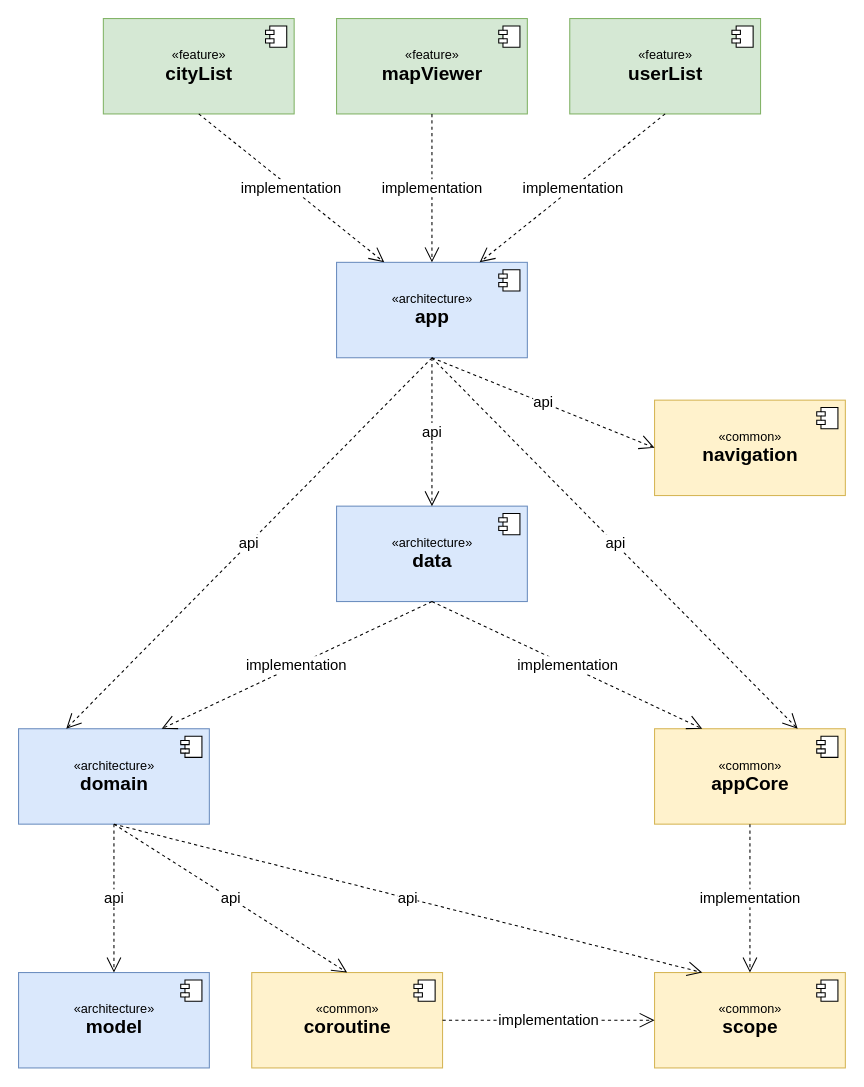
The draw.io diagram static/modules.drawio in aminography/WorldCitiesApp, before the edit. Source tidied: cells renumbered, new cells numbered last; positions are measured from the earlier drawing's top-left corner, leaving out a move shared by most shapes. Both pictures are drawn from the tidied source at 106%, with x=0, y=0 at pixel (18, 18).
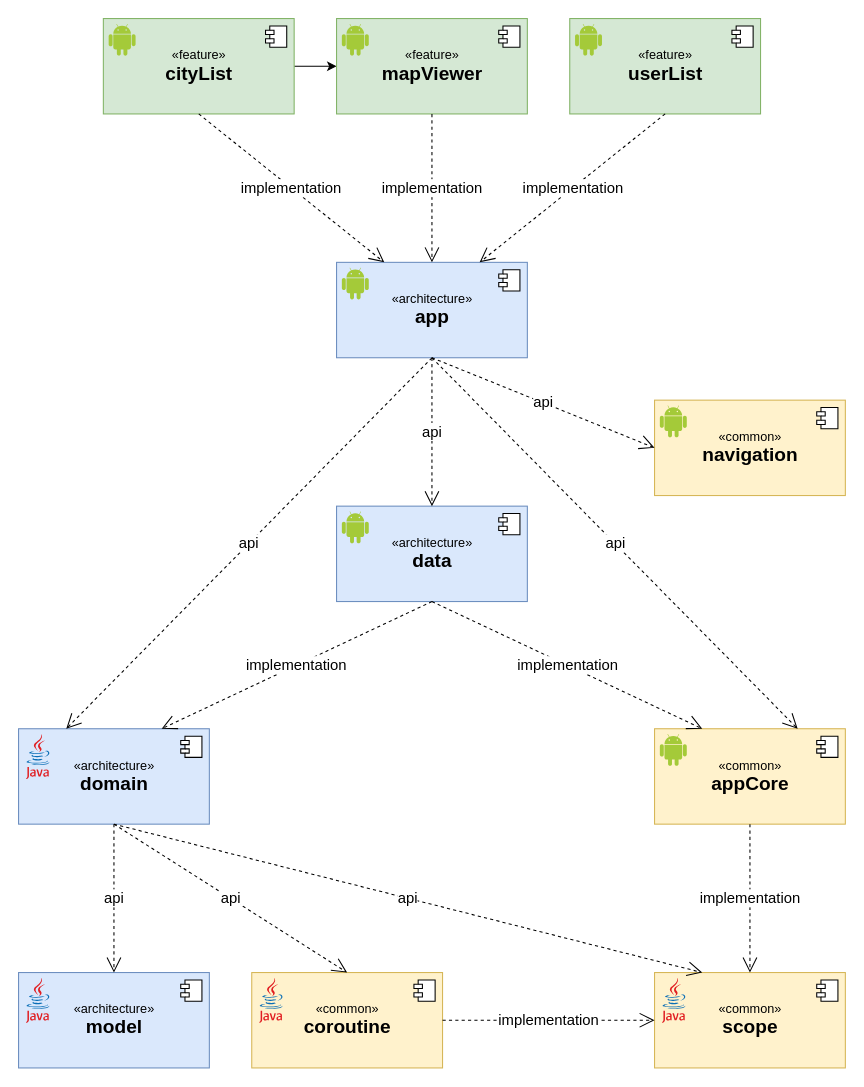
The same diagram, later.

Commit message (it also covers changes not shown here):
Improve module diagram.

Unchanged cells that the change refers to:
```xml
<mxCell id="28" value="«feature»&lt;br&gt;&lt;b&gt;&lt;font style=&quot;font-size: 18px&quot;&gt;cityList&lt;/font&gt;&lt;/b&gt;" style="html=1;fillColor=#d5e8d4;strokeColor=#82b366;" parent="1" vertex="1">
  <mxGeometry x="80" width="180" height="90" as="geometry" />
</mxCell>
<mxCell id="30" value="«feature»&lt;br&gt;&lt;b&gt;&lt;font style=&quot;font-size: 18px&quot;&gt;mapViewer&lt;/font&gt;&lt;/b&gt;" style="html=1;fillColor=#d5e8d4;strokeColor=#82b366;" parent="1" vertex="1">
  <mxGeometry x="300" width="180" height="90" as="geometry" />
</mxCell>
```

Diff of the diagram source:
```diff
@@
+    <mxCell id="38" style="edgeStyle=orthogonalEdgeStyle;rounded=0;jettySize=auto;html=1;" parent="1" edge="1" source="28" target="30">
+      <mxGeometry relative="1" as="geometry" />
+    </mxCell>
@@
+    <mxCell id="39" style="dashed=0;html=1;align=center;labelPosition=center;verticalLabelPosition=bottom;verticalAlign=top;shape=mxgraph.weblogos.android;fillColor=#A4CA39;strokeColor=none;" parent="1" vertex="1">
+      <mxGeometry x="305" y="465" width="25.4" height="30" as="geometry" />
+    </mxCell>
+    <mxCell id="40" style="dashed=0;html=1;align=center;labelPosition=center;verticalLabelPosition=bottom;verticalAlign=top;shape=mxgraph.weblogos.java;" parent="1" vertex="1">
+      <mxGeometry x="7" y="675" width="22.5" height="42.5" as="geometry" />
+    </mxCell>
+    <mxCell id="41" style="dashed=0;html=1;align=center;labelPosition=center;verticalLabelPosition=bottom;verticalAlign=top;shape=mxgraph.weblogos.java;" parent="1" vertex="1">
+      <mxGeometry x="7" y="905" width="22.5" height="42.5" as="geometry" />
+    </mxCell>
+    <mxCell id="42" style="dashed=0;html=1;align=center;labelPosition=center;verticalLabelPosition=bottom;verticalAlign=top;shape=mxgraph.weblogos.java;" parent="1" vertex="1">
+      <mxGeometry x="227" y="905" width="22.5" height="42.5" as="geometry" />
+    </mxCell>
+    <mxCell id="43" style="dashed=0;html=1;align=center;labelPosition=center;verticalLabelPosition=bottom;verticalAlign=top;shape=mxgraph.weblogos.java;" parent="1" vertex="1">
+      <mxGeometry x="607" y="905" width="22.5" height="42.5" as="geometry" />
+    </mxCell>
+    <mxCell id="44" style="dashed=0;html=1;align=center;labelPosition=center;verticalLabelPosition=bottom;verticalAlign=top;shape=mxgraph.weblogos.android;fillColor=#A4CA39;strokeColor=none;" parent="1" vertex="1">
+      <mxGeometry x="605" y="675" width="25.4" height="30" as="geometry" />
+    </mxCell>
+    <mxCell id="45" style="dashed=0;html=1;align=center;labelPosition=center;verticalLabelPosition=bottom;verticalAlign=top;shape=mxgraph.weblogos.android;fillColor=#A4CA39;strokeColor=none;" parent="1" vertex="1">
+      <mxGeometry x="605" y="365" width="25.4" height="30" as="geometry" />
+    </mxCell>
+    <mxCell id="46" style="dashed=0;html=1;align=center;labelPosition=center;verticalLabelPosition=bottom;verticalAlign=top;shape=mxgraph.weblogos.android;fillColor=#A4CA39;strokeColor=none;" parent="1" vertex="1">
+      <mxGeometry x="305" y="235" width="25.4" height="30" as="geometry" />
+    </mxCell>
+    <mxCell id="47" style="dashed=0;html=1;align=center;labelPosition=center;verticalLabelPosition=bottom;verticalAlign=top;shape=mxgraph.weblogos.android;fillColor=#A4CA39;strokeColor=none;" parent="1" vertex="1">
+      <mxGeometry x="85" y="5" width="25.4" height="30" as="geometry" />
+    </mxCell>
+    <mxCell id="48" style="dashed=0;html=1;align=center;labelPosition=center;verticalLabelPosition=bottom;verticalAlign=top;shape=mxgraph.weblogos.android;fillColor=#A4CA39;strokeColor=none;" parent="1" vertex="1">
+      <mxGeometry x="305" y="5" width="25.4" height="30" as="geometry" />
+    </mxCell>
+    <mxCell id="49" style="dashed=0;html=1;align=center;labelPosition=center;verticalLabelPosition=bottom;verticalAlign=top;shape=mxgraph.weblogos.android;fillColor=#A4CA39;strokeColor=none;" parent="1" vertex="1">
+      <mxGeometry x="525" y="5" width="25.4" height="30" as="geometry" />
+    </mxCell>
```
